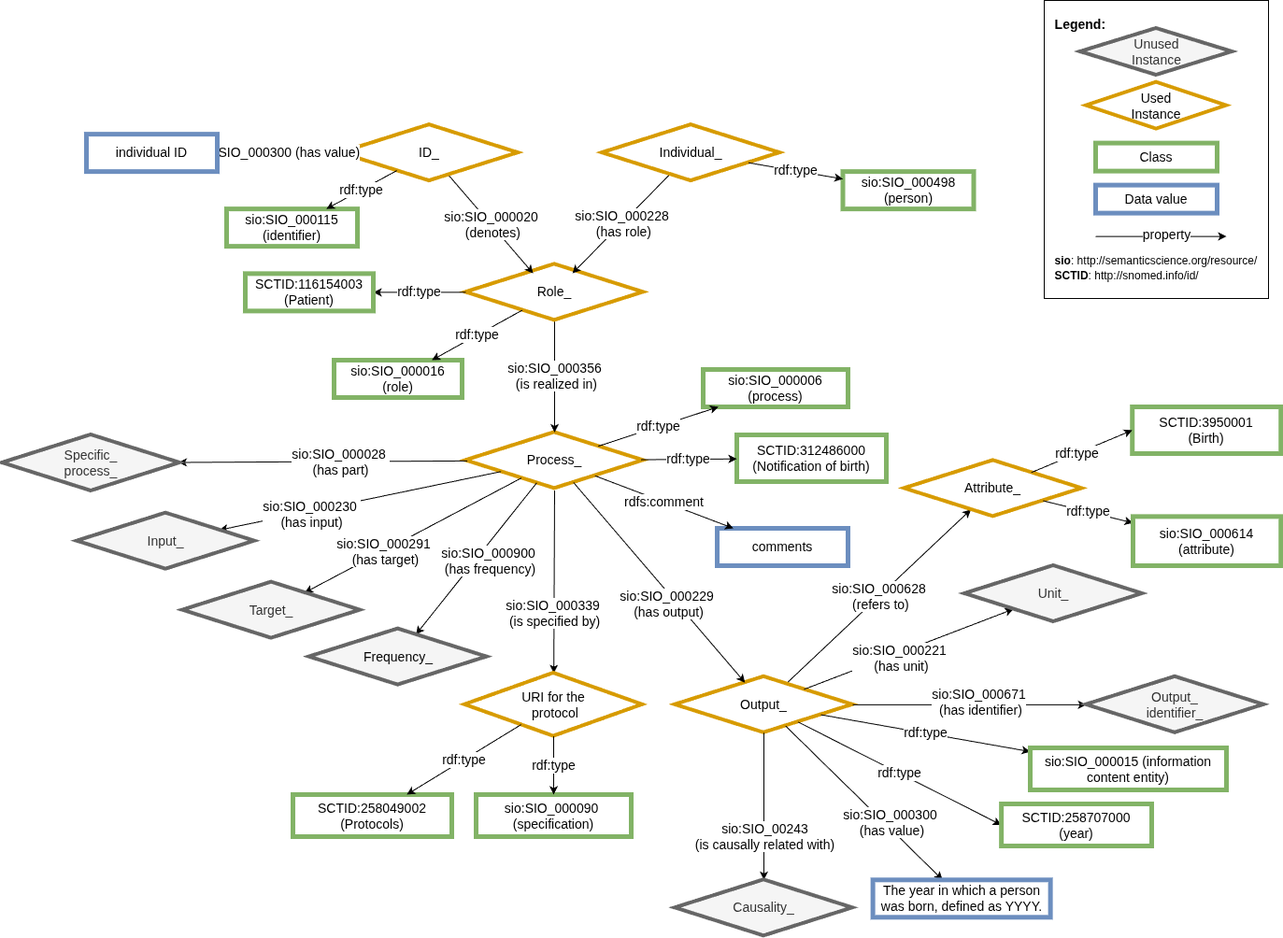
CARE-SM/CARE-Semantic-Model keeps this draw.io diagram as images/snomed/CARE-SM-snomed-Birthyear.drawio.png. Above is the earlier version. Source tidied: cells renumbered, new cells last; positions are measured from the earlier drawing's top-left corner, leaving out a move shared by most shapes.
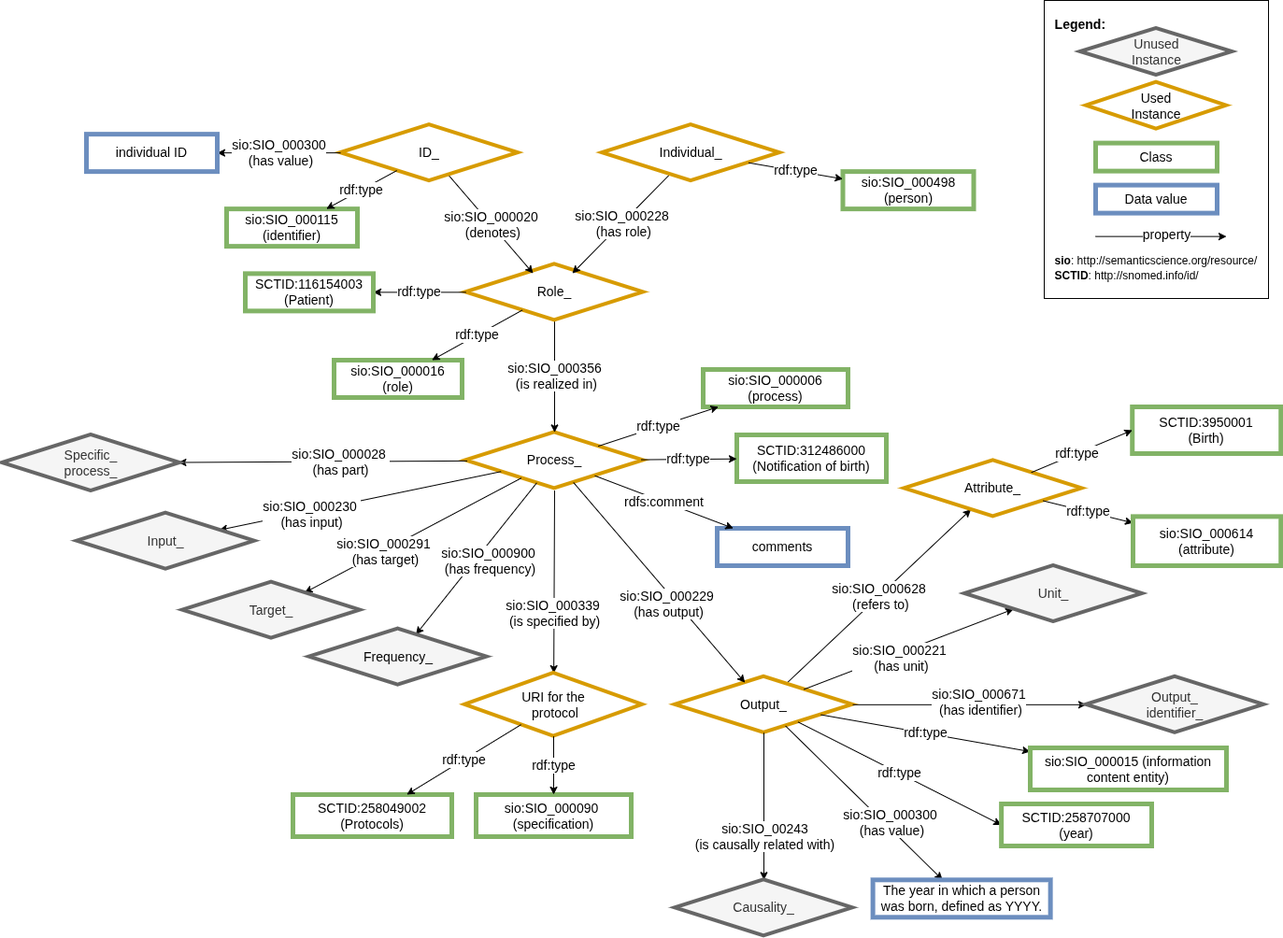
The same diagram one commit later.

What changed in the source:
```diff
@@ -184,7 +184,7 @@
     <mxCell id="55" value="rdf:type" style="edgeStyle=none;rounded=0;jettySize=auto;html=1;fontSize=14;" parent="1" edge="1" source="49" target="52">
       <mxGeometry relative="1" as="geometry" />
     </mxCell>
-    <mxCell id="56" value="sio:SIO_000300 (has value)" style="rounded=0;jettySize=auto;html=1;fontSize=14;" parent="1" edge="1" source="51" target="57">
+    <mxCell id="56" value="sio:SIO_000300&lt;div&gt;&amp;nbsp;(has value)&lt;/div&gt;" style="rounded=0;jettySize=auto;html=1;fontSize=14;" parent="1" edge="1" source="51" target="57">
       <mxGeometry relative="1" as="geometry" />
     </mxCell>
     <mxCell id="57" value="individual ID" style="whiteSpace=wrap;html=1;fillColor=#FFFFFF;strokeColor=#6c8ebf;strokeWidth=5;fontSize=14;" parent="1" vertex="1">
```
